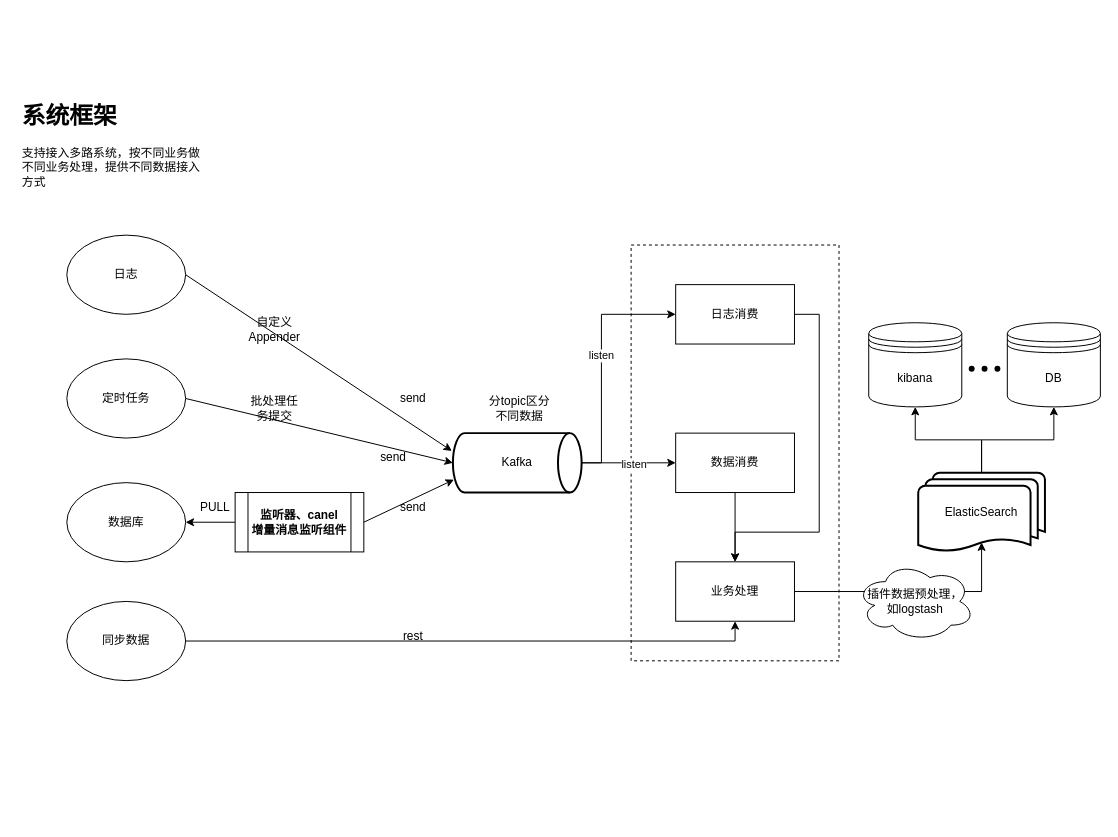
Earlier version of the draw.io diagram 绘图文件/数据采集对接ELK全流程.drawio (NjuptMei/DrowIo). Source tidied: cells renumbered, new cells numbered last; positions are measured from the earlier drawing's top-left corner, leaving out a move shared by most shapes. Both pictures are drawn from the tidied source at 99%, with x=0, y=0 at pixel (17, 96).
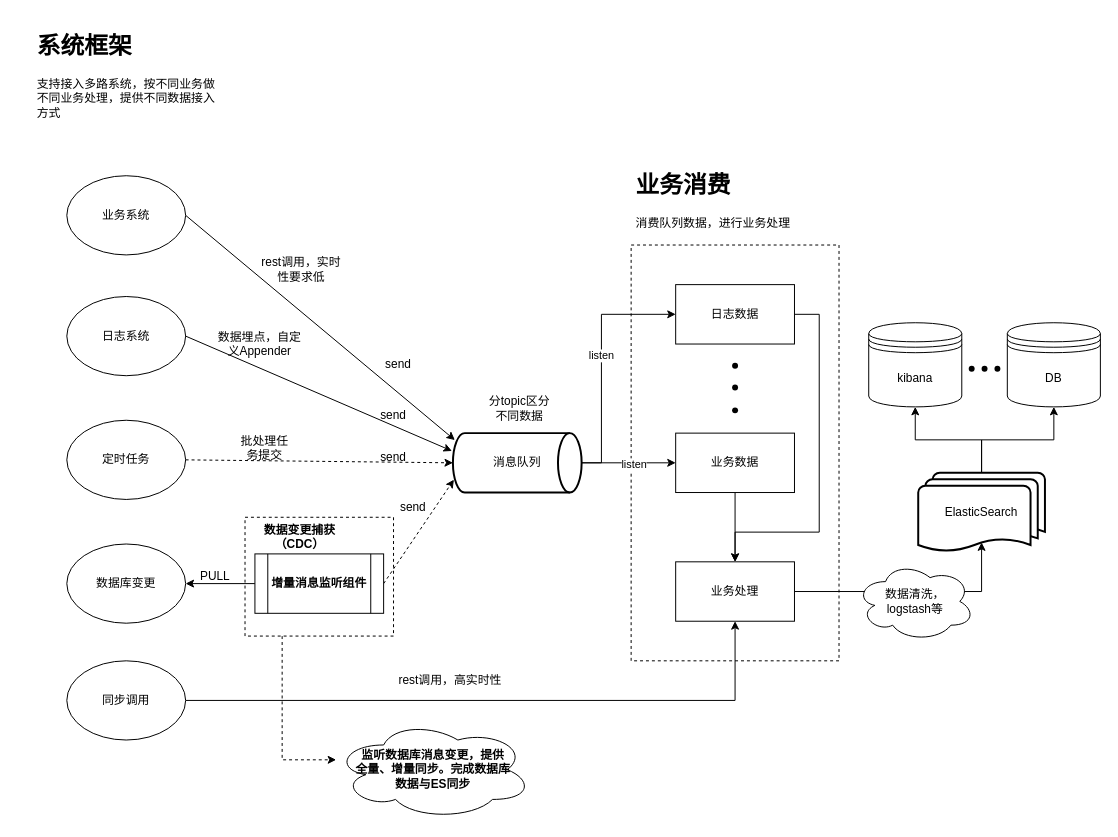
The same diagram, later.

Commit message:
更新数据采集对接ELK全流程.drawio

Unchanged cells that the change refers to:
```xml
<mxCell id="32" value="业务处理" style="rounded=0;whiteSpace=wrap;html=1;" parent="1" vertex="1">
  <mxGeometry x="665" y="470" width="120" height="60" as="geometry" />
</mxCell>
```

The edit, as a diff of the source:
```diff
@@
+    <mxCell id="42" style="edgeStyle=orthogonalEdgeStyle;rounded=0;jettySize=auto;html=1;exitX=0.25;exitY=1;exitDx=0;exitDy=0;dashed=1;" parent="1" edge="1" source="43" target="54">
+      <mxGeometry relative="1" as="geometry">
+        <Array as="points">
+          <mxPoint x="268" y="670" />
+        </Array>
+      </mxGeometry>
+    </mxCell>
+    <mxCell id="43" style="rounded=0;whiteSpace=wrap;html=1;dashed=1;" parent="1" vertex="1">
+      <mxGeometry x="230" y="425" width="150" height="120" as="geometry" />
+    </mxCell>
@@
-    <mxCell id="4" value="日志" style="ellipse;whiteSpace=wrap;html=1;" parent="1" vertex="1">
-      <mxGeometry x="50" y="140" width="120" height="80" as="geometry" />
+    <mxCell id="4" value="日志系统" style="ellipse;whiteSpace=wrap;html=1;" parent="1" vertex="1">
+      <mxGeometry x="50" y="202" width="120" height="80" as="geometry" />
     </mxCell>
     <mxCell id="5" style="edgeStyle=orthogonalEdgeStyle;rounded=0;jettySize=auto;html=1;exitX=1;exitY=0.5;exitDx=0;exitDy=0;entryX=0.5;entryY=1;entryDx=0;entryDy=0;" parent="1" edge="1" source="6" target="32">
       <mxGeometry relative="1" as="geometry">
         <Array as="points">
-          <mxPoint x="725" y="550" />
+          <mxPoint x="725" y="610" />
         </Array>
       </mxGeometry>
     </mxCell>
-    <mxCell id="6" value="同步数据" style="ellipse;whiteSpace=wrap;html=1;" parent="1" vertex="1">
-      <mxGeometry x="50" y="510" width="120" height="80" as="geometry" />
+    <mxCell id="6" value="同步调用" style="ellipse;whiteSpace=wrap;html=1;" parent="1" vertex="1">
+      <mxGeometry x="50" y="570" width="120" height="80" as="geometry" />
     </mxCell>
-    <mxCell id="7" value="数据库" style="ellipse;whiteSpace=wrap;html=1;" parent="1" vertex="1">
-      <mxGeometry x="50" y="390" width="120" height="80" as="geometry" />
+    <mxCell id="7" value="数据库变更" style="ellipse;whiteSpace=wrap;html=1;" parent="1" vertex="1">
+      <mxGeometry x="50" y="452" width="120" height="80" as="geometry" />
     </mxCell>
-    <mxCell id="8" style="rounded=0;jettySize=auto;html=1;exitX=1;exitY=0.5;exitDx=0;exitDy=0;entryX=0;entryY=0.5;entryDx=0;entryDy=0;entryPerimeter=0;" parent="1" edge="1" source="9" target="13">
+    <mxCell id="8" style="rounded=0;jettySize=auto;html=1;exitX=1;exitY=0.5;exitDx=0;exitDy=0;entryX=0;entryY=0.5;entryDx=0;entryDy=0;entryPerimeter=0;dashed=1;" parent="1" edge="1" source="9" target="13">
       <mxGeometry relative="1" as="geometry" />
     </mxCell>
     <mxCell id="9" value="定时任务" style="ellipse;whiteSpace=wrap;html=1;" parent="1" vertex="1">
-      <mxGeometry x="50" y="265" width="120" height="80" as="geometry" />
+      <mxGeometry x="50" y="327" width="120" height="80" as="geometry" />
     </mxCell>
@@
-    <mxCell id="13" value="Kafka" style="strokeWidth=2;html=1;shape=mxgraph.flowchart.direct_data;whiteSpace=wrap;" parent="1" vertex="1">
+    <mxCell id="13" value="消息队列" style="strokeWidth=2;html=1;shape=mxgraph.flowchart.direct_data;whiteSpace=wrap;" parent="1" vertex="1">
       <mxGeometry x="440" y="340" width="130" height="60" as="geometry" />
     </mxCell>
-    <mxCell id="14" value="自定义Appender" style="text;html=1;strokeColor=none;fillColor=none;align=center;verticalAlign=middle;whiteSpace=wrap;rounded=0;" parent="1" vertex="1">
-      <mxGeometry x="230" y="220" width="60" height="30" as="geometry" />
+    <mxCell id="14" value="数据埋点，自定义Appender" style="text;html=1;strokeColor=none;fillColor=none;align=center;verticalAlign=middle;whiteSpace=wrap;rounded=0;" parent="1" vertex="1">
+      <mxGeometry x="200" y="235" width="90" height="30" as="geometry" />
     </mxCell>
@@
-    <mxCell id="19" style="rounded=0;jettySize=auto;html=1;exitX=1;exitY=0.5;exitDx=0;exitDy=0;entryX=0.008;entryY=0.783;entryDx=0;entryDy=0;entryPerimeter=0;" parent="1" edge="1" source="21" target="13">
-      <mxGeometry relative="1" as="geometry" />
+    <mxCell id="19" style="rounded=0;jettySize=auto;html=1;exitX=1;exitY=0.5;exitDx=0;exitDy=0;dashed=1;" parent="1" edge="1" source="21">
+      <mxGeometry relative="1" as="geometry">
+        <mxPoint x="441" y="387" as="targetPoint" />
+      </mxGeometry>
     </mxCell>
@@
-    <mxCell id="21" value="&lt;b&gt;监听器、canel&lt;br&gt;增量消息监听组件&lt;/b&gt;" style="shape=process;whiteSpace=wrap;html=1;backgroundOutline=1;" parent="1" vertex="1">
-      <mxGeometry x="220" y="400" width="130" height="60" as="geometry" />
+    <mxCell id="21" value="&lt;b&gt;增量消息监听组件&lt;/b&gt;" style="shape=process;whiteSpace=wrap;html=1;backgroundOutline=1;" parent="1" vertex="1">
+      <mxGeometry x="240" y="462" width="130" height="60" as="geometry" />
     </mxCell>
     <mxCell id="22" value="批处理任务提交" style="text;html=1;strokeColor=none;fillColor=none;align=center;verticalAlign=middle;whiteSpace=wrap;rounded=0;" parent="1" vertex="1">
-      <mxGeometry x="230" y="300" width="60" height="30" as="geometry" />
+      <mxGeometry x="220" y="340" width="60" height="30" as="geometry" />
     </mxCell>
     <mxCell id="23" value="PULL" style="text;html=1;strokeColor=none;fillColor=none;align=center;verticalAlign=middle;whiteSpace=wrap;rounded=0;" parent="1" vertex="1">
-      <mxGeometry x="170" y="400" width="60" height="30" as="geometry" />
+      <mxGeometry x="170" y="470" width="60" height="30" as="geometry" />
     </mxCell>
@@
     <mxCell id="26" value="send" style="text;html=1;strokeColor=none;fillColor=none;align=center;verticalAlign=middle;whiteSpace=wrap;rounded=0;" parent="1" vertex="1">
-      <mxGeometry x="370" y="290" width="60" height="30" as="geometry" />
+      <mxGeometry x="350" y="307" width="60" height="30" as="geometry" />
     </mxCell>
@@
-    <mxCell id="28" value="日志消费" style="rounded=0;whiteSpace=wrap;html=1;" parent="1" vertex="1">
+    <mxCell id="28" value="日志数据" style="rounded=0;whiteSpace=wrap;html=1;" parent="1" vertex="1">
       <mxGeometry x="665" y="190" width="120" height="60" as="geometry" />
     </mxCell>
@@
-    <mxCell id="30" value="数据消费" style="rounded=0;whiteSpace=wrap;html=1;" parent="1" vertex="1">
+    <mxCell id="30" value="业务数据" style="rounded=0;whiteSpace=wrap;html=1;" parent="1" vertex="1">
       <mxGeometry x="665" y="340" width="120" height="60" as="geometry" />
     </mxCell>
@@
-    <mxCell id="34" value="rest" style="text;html=1;strokeColor=none;fillColor=none;align=center;verticalAlign=middle;whiteSpace=wrap;rounded=0;" parent="1" vertex="1">
-      <mxGeometry x="370" y="530" width="60" height="30" as="geometry" />
-    </mxCell>
@@
-    <mxCell id="36" value="插件数据预处理，&lt;br&gt;如logstash" style="ellipse;shape=cloud;whiteSpace=wrap;html=1;" parent="1" vertex="1">
+    <mxCell id="36" value="数据清洗，&lt;br&gt;logstash等" style="ellipse;shape=cloud;whiteSpace=wrap;html=1;" parent="1" vertex="1">
       <mxGeometry x="847" y="470" width="120" height="80" as="geometry" />
     </mxCell>
@@
     <mxCell id="40" value="&lt;h1&gt;系统框架&lt;/h1&gt;&lt;p&gt;支持接入多路系统，按不同业务做不同业务处理，提供不同数据接入方式&lt;/p&gt;" style="text;html=1;strokeColor=none;fillColor=none;spacing=5;spacingTop=-20;whiteSpace=wrap;overflow=hidden;rounded=0;" parent="1" vertex="1">
-      <mxGeometry width="190" height="120" as="geometry" />
+      <mxGeometry x="15" y="-70" width="190" height="120" as="geometry" />
     </mxCell>
@@
+    <mxCell id="44" value="数据变更捕获（CDC）" style="text;html=1;strokeColor=none;fillColor=none;align=center;verticalAlign=middle;whiteSpace=wrap;rounded=0;fontStyle=1;" parent="1" vertex="1">
+      <mxGeometry x="242.5" y="430" width="85" height="30" as="geometry" />
+    </mxCell>
+    <mxCell id="45" style="shape=waypoint;sketch=0;fillStyle=solid;size=6;fillColor=none;perimeter=centerPerimeter;" parent="1" vertex="1">
+      <mxGeometry x="715" y="262" width="20" height="20" as="geometry" />
+    </mxCell>
+    <mxCell id="46" style="shape=waypoint;sketch=0;fillStyle=solid;size=6;fillColor=none;perimeter=centerPerimeter;" parent="1" vertex="1">
+      <mxGeometry x="715" y="284" width="20" height="20" as="geometry" />
+    </mxCell>
+    <mxCell id="47" style="shape=waypoint;sketch=0;fillStyle=solid;size=6;fillColor=none;perimeter=centerPerimeter;" parent="1" vertex="1">
+      <mxGeometry x="715" y="307" width="20" height="20" as="geometry" />
+    </mxCell>
+    <mxCell id="48" value="rest调用，高实时性" style="text;html=1;strokeColor=none;fillColor=none;align=center;verticalAlign=middle;whiteSpace=wrap;rounded=0;" parent="1" vertex="1">
+      <mxGeometry x="380" y="575" width="115" height="30" as="geometry" />
+    </mxCell>
+    <mxCell id="49" style="rounded=0;jettySize=auto;html=1;exitX=1;exitY=0.5;exitDx=0;exitDy=0;entryX=0.015;entryY=0.117;entryDx=0;entryDy=0;entryPerimeter=0;" parent="1" edge="1" source="50" target="13">
+      <mxGeometry relative="1" as="geometry" />
+    </mxCell>
+    <mxCell id="50" value="业务系统" style="ellipse;whiteSpace=wrap;html=1;" parent="1" vertex="1">
+      <mxGeometry x="50" y="80" width="120" height="80" as="geometry" />
+    </mxCell>
+    <mxCell id="51" value="send" style="text;html=1;strokeColor=none;fillColor=none;align=center;verticalAlign=middle;whiteSpace=wrap;rounded=0;" parent="1" vertex="1">
+      <mxGeometry x="355" y="256" width="60" height="30" as="geometry" />
+    </mxCell>
+    <mxCell id="52" value="rest调用，实时性要求低" style="text;html=1;strokeColor=none;fillColor=none;align=center;verticalAlign=middle;whiteSpace=wrap;rounded=0;" parent="1" vertex="1">
+      <mxGeometry x="242.5" y="160" width="87.5" height="30" as="geometry" />
+    </mxCell>
+    <mxCell id="53" value="&lt;h1&gt;业务消费&lt;/h1&gt;&lt;p&gt;消费队列数据，进行业务处理&lt;/p&gt;" style="text;html=1;strokeColor=none;fillColor=none;spacing=5;spacingTop=-20;whiteSpace=wrap;overflow=hidden;rounded=0;" parent="1" vertex="1">
+      <mxGeometry x="620" y="70" width="190" height="120" as="geometry" />
+    </mxCell>
+    <mxCell id="54" value="&lt;b&gt;监听数据库消息变更，提供&lt;br&gt;全量、增量同步。完成数据库&lt;br&gt;数据与ES同步&lt;/b&gt;" style="ellipse;shape=cloud;whiteSpace=wrap;html=1;" parent="1" vertex="1">
+      <mxGeometry x="320" y="630" width="200" height="100" as="geometry" />
+    </mxCell>
```
